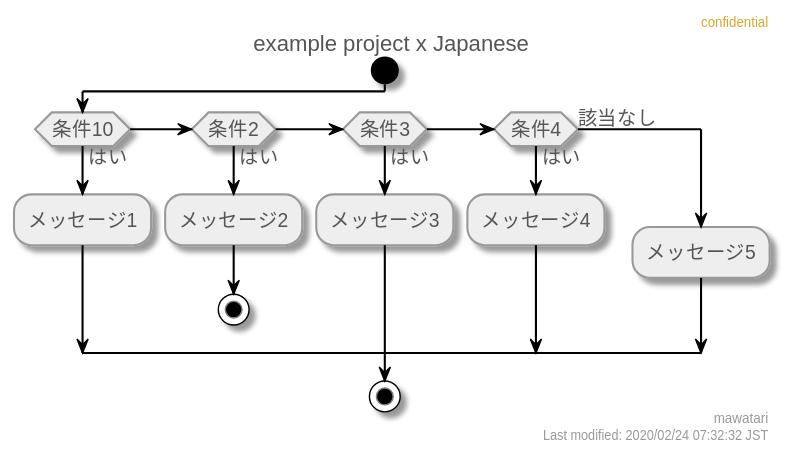
mawatari/example-project-uml keeps this PlantUML diagram as activity-diagram/Japanese.svg. Above is the earlier version.
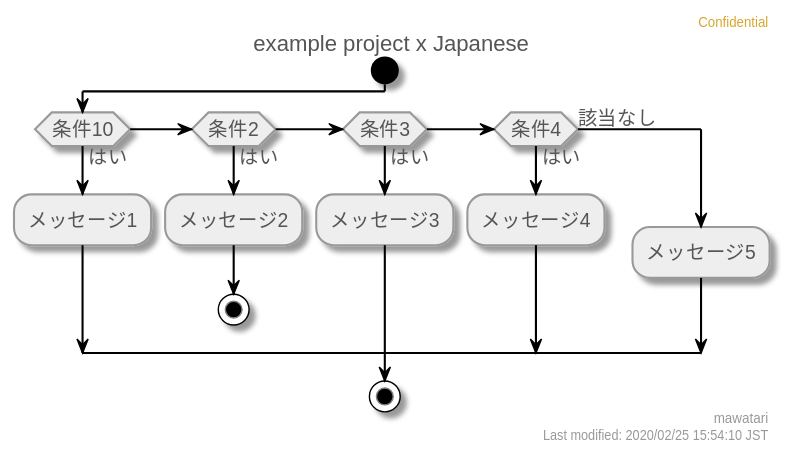
After the change.

Change to the diagram source:
```diff
@@ -42,8 +42,8 @@
   DiamondBackgroundColor #eeeeee
   DiamondBorderColor #999999
 }
-right header confidential
-right footer mawatari\nLast modified: 2020/02/24 07:32:32 JST
+right header Confidential
+right footer mawatari\nLast modified: 2020/02/25 15:54:10 JST
 title example project x Japanese
 
 start
```
